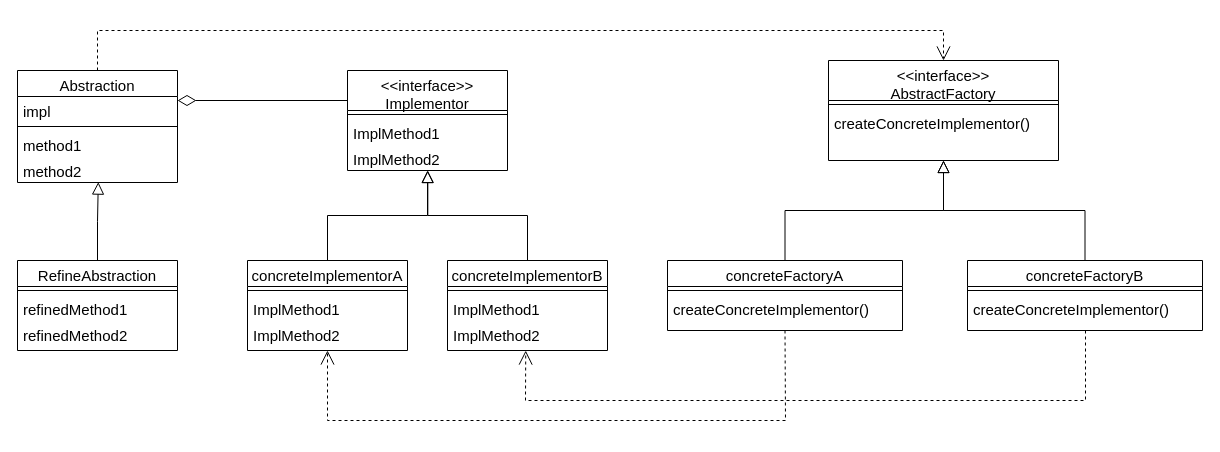
Earlier version of the draw.io diagram aa3차_tactic.drawio (ShineSoYoung/TEST). Source tidied: cells renumbered, new cells numbered last; positions are measured from the earlier drawing's top-left corner, leaving out a move shared by most shapes. Both pictures are drawn from the tidied source at 100%, with x=0, y=0 at pixel (17, 30).
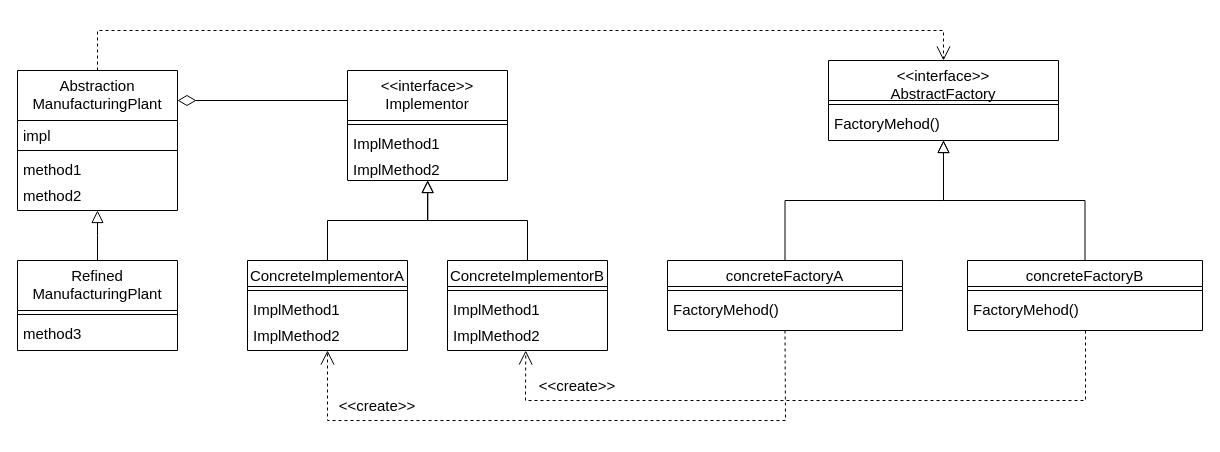
The same page after the edit.

Commit message:
aa3차_tactic.drawio 업데이트

The change refers to these unchanged cells:
```xml
<mxCell id="31" value="concreteFactoryA" style="swimlane;fontStyle=0;align=center;verticalAlign=top;horizontal=1;startSize=26;rounded=0;shadow=0;strokeWidth=1;fontSize=15;" parent="1" vertex="1">
  <mxGeometry x="650" y="230" width="235" height="70" as="geometry" />
</mxCell>
<mxCell id="34" value="concreteFactoryB" style="swimlane;fontStyle=0;align=center;verticalAlign=top;horizontal=1;startSize=26;rounded=0;shadow=0;strokeWidth=1;fontSize=15;" parent="1" vertex="1">
  <mxGeometry x="950" y="230" width="235" height="70" as="geometry" />
</mxCell>
```

Change to the diagram source:
```diff
@@
-    <mxCell id="2" value="Abstraction" style="swimlane;fontStyle=0;align=center;verticalAlign=top;horizontal=1;startSize=26;rounded=0;shadow=0;strokeWidth=1;fontSize=15;" parent="1" vertex="1">
-      <mxGeometry y="40" width="160" height="112" as="geometry" />
+    <mxCell id="2" value="Abstraction&#10;ManufacturingPlant" style="swimlane;fontStyle=0;align=center;verticalAlign=top;horizontal=1;startSize=50;rounded=0;shadow=0;strokeWidth=1;fontSize=15;" parent="1" vertex="1">
+      <mxGeometry y="40" width="160" height="140" as="geometry" />
     </mxCell>
     <mxCell id="3" value="impl" style="text;align=left;verticalAlign=top;spacingLeft=4;spacingRight=4;overflow=hidden;points=[[0,0.5],[1,0.5]];portConstraint=eastwest;fontSize=15;" parent="2" vertex="1">
-      <mxGeometry y="26" width="160" height="26" as="geometry" />
+      <mxGeometry y="50" width="160" height="26" as="geometry" />
     </mxCell>
     <mxCell id="4" style="line;html=1;strokeWidth=1;align=left;verticalAlign=middle;spacingTop=-1;spacingLeft=3;spacingRight=3;labelPosition=right;fontSize=15;" parent="2" vertex="1">
-      <mxGeometry y="52" width="160" height="8" as="geometry" />
+      <mxGeometry y="76" width="160" height="8" as="geometry" />
     </mxCell>
     <mxCell id="5" value="method1" style="text;align=left;verticalAlign=top;spacingLeft=4;spacingRight=4;overflow=hidden;fontSize=15;" parent="2" vertex="1">
-      <mxGeometry y="60" width="160" height="26" as="geometry" />
+      <mxGeometry y="84" width="160" height="26" as="geometry" />
     </mxCell>
     <mxCell id="6" value="method2" style="text;align=left;verticalAlign=top;spacingLeft=4;spacingRight=4;overflow=hidden;points=[[0,0.5],[1,0.5]];portConstraint=eastwest;fontSize=15;" parent="2" vertex="1">
-      <mxGeometry y="86" width="160" height="26" as="geometry" />
+      <mxGeometry y="110" width="160" height="26" as="geometry" />
     </mxCell>
-    <mxCell id="7" value="&lt;&lt;interface&gt;&gt;&#10;Implementor" style="swimlane;fontStyle=0;align=center;verticalAlign=top;horizontal=1;startSize=40;rounded=0;shadow=0;strokeWidth=1;fontSize=15;" parent="1" vertex="1">
-      <mxGeometry x="330" y="40" width="160" height="100" as="geometry" />
+    <mxCell id="7" value="&lt;&lt;interface&gt;&gt;&#10;Implementor" style="swimlane;fontStyle=0;align=center;verticalAlign=top;horizontal=1;startSize=50;rounded=0;shadow=0;strokeWidth=1;fontSize=15;" parent="1" vertex="1">
+      <mxGeometry x="330" y="40" width="160" height="110" as="geometry" />
     </mxCell>
     <mxCell id="8" style="line;html=1;strokeWidth=1;align=left;verticalAlign=middle;spacingTop=-1;spacingLeft=3;spacingRight=3;labelPosition=right;fontSize=15;" parent="7" vertex="1">
-      <mxGeometry y="40" width="160" height="8" as="geometry" />
+      <mxGeometry y="50" width="160" height="8" as="geometry" />
     </mxCell>
     <mxCell id="9" value="ImplMethod1" style="text;align=left;verticalAlign=top;spacingLeft=4;spacingRight=4;overflow=hidden;fontSize=15;" parent="7" vertex="1">
-      <mxGeometry y="48" width="160" height="26" as="geometry" />
+      <mxGeometry y="58" width="160" height="26" as="geometry" />
     </mxCell>
     <mxCell id="10" value="ImplMethod2" style="text;align=left;verticalAlign=top;spacingLeft=4;spacingRight=4;overflow=hidden;points=[[0,0.5],[1,0.5]];portConstraint=eastwest;fontSize=15;" parent="7" vertex="1">
-      <mxGeometry y="74" width="160" height="26" as="geometry" />
+      <mxGeometry y="84" width="160" height="26" as="geometry" />
     </mxCell>
-    <mxCell id="11" value="RefineAbstraction" style="swimlane;fontStyle=0;align=center;verticalAlign=top;horizontal=1;startSize=26;rounded=0;shadow=0;strokeWidth=1;fontSize=15;" parent="1" vertex="1">
+    <mxCell id="11" value="Refined&#10;ManufacturingPlant" style="swimlane;fontStyle=0;align=center;verticalAlign=top;horizontal=1;startSize=50;rounded=0;shadow=0;strokeWidth=1;fontSize=15;" parent="1" vertex="1">
       <mxGeometry y="230" width="160" height="90" as="geometry" />
     </mxCell>
     <mxCell id="12" style="line;html=1;strokeWidth=1;align=left;verticalAlign=middle;spacingTop=-1;spacingLeft=3;spacingRight=3;labelPosition=right;fontSize=15;" parent="11" vertex="1">
-      <mxGeometry y="26" width="160" height="8" as="geometry" />
+      <mxGeometry y="50" width="160" height="8" as="geometry" />
     </mxCell>
-    <mxCell id="13" value="refinedMethod1" style="text;align=left;verticalAlign=top;spacingLeft=4;spacingRight=4;overflow=hidden;fontSize=15;" parent="11" vertex="1">
-      <mxGeometry y="34" width="160" height="26" as="geometry" />
-    </mxCell>
-    <mxCell id="14" value="refinedMethod2" style="text;align=left;verticalAlign=top;spacingLeft=4;spacingRight=4;overflow=hidden;fontSize=15;" parent="11" vertex="1">
-      <mxGeometry y="60" width="160" height="26" as="geometry" />
-    </mxCell>
+    <mxCell id="41" value="method3" style="text;align=left;verticalAlign=top;spacingLeft=4;spacingRight=4;overflow=hidden;fontSize=15;" parent="11" vertex="1">
+      <mxGeometry y="58" width="160" height="26" as="geometry" />
+    </mxCell>
-    <mxCell id="15" value="concreteImplementorA" style="swimlane;fontStyle=0;align=center;verticalAlign=top;horizontal=1;startSize=26;rounded=0;shadow=0;strokeWidth=1;fontSize=15;" parent="1" vertex="1">
+    <mxCell id="15" value="ConcreteImplementorA" style="swimlane;fontStyle=0;align=center;verticalAlign=top;horizontal=1;startSize=26;rounded=0;shadow=0;strokeWidth=1;fontSize=15;" parent="1" vertex="1">
       <mxGeometry x="230" y="230" width="160" height="90" as="geometry" />
     </mxCell>
@@
-    <mxCell id="20" style="endArrow=block;endSize=10;endFill=0;shadow=0;strokeWidth=1;rounded=0;edgeStyle=elbowEdgeStyle;elbow=vertical;entryX=0.505;entryY=0.985;entryDx=0;entryDy=0;exitX=0.5;exitY=0;exitDx=0;exitDy=0;entryPerimeter=0;fontSize=15;" parent="1" edge="1" source="11" target="6">
-      <mxGeometry relative="1" as="geometry" />
+    <mxCell id="20" style="endArrow=block;endSize=10;endFill=0;shadow=0;strokeWidth=1;rounded=0;edgeStyle=elbowEdgeStyle;elbow=vertical;exitX=0.5;exitY=0;exitDx=0;exitDy=0;fontSize=15;" parent="1" edge="1" source="11">
+      <mxGeometry relative="1" as="geometry">
+        <mxPoint x="80" y="180" as="targetPoint" />
+      </mxGeometry>
     </mxCell>
-    <mxCell id="21" style="endArrow=diamondThin;endSize=16;endFill=0;shadow=0;strokeWidth=1;rounded=0;edgeStyle=elbowEdgeStyle;elbow=vertical;exitX=0;exitY=0.25;exitDx=0;exitDy=0;fontSize=15;" parent="1" edge="1" source="7" target="3">
+    <mxCell id="21" style="endArrow=diamondThin;endSize=16;endFill=0;shadow=0;strokeWidth=1;rounded=0;edgeStyle=elbowEdgeStyle;elbow=vertical;exitX=0;exitY=0.25;exitDx=0;exitDy=0;fontSize=15;" parent="1" edge="1" source="7" target="2">
       <mxGeometry relative="1" as="geometry">
         <Array as="points">
           <mxPoint x="180" y="70" />
         </Array>
       </mxGeometry>
     </mxCell>
@@
     <mxCell id="23" value="&lt;&lt;interface&gt;&gt;&#10;AbstractFactory" style="swimlane;fontStyle=0;align=center;verticalAlign=top;horizontal=1;startSize=40;rounded=0;shadow=0;strokeWidth=1;fontSize=15;" parent="1" vertex="1">
-      <mxGeometry x="811" y="30" width="230" height="100" as="geometry" />
+      <mxGeometry x="811" y="30" width="230" height="80" as="geometry" />
     </mxCell>
@@
-    <mxCell id="25" value="createConcreteImplementor()" style="text;align=left;verticalAlign=top;spacingLeft=4;spacingRight=4;overflow=hidden;fontSize=15;" parent="23" vertex="1">
+    <mxCell id="25" value="FactoryMehod()" style="text;align=left;verticalAlign=top;spacingLeft=4;spacingRight=4;overflow=hidden;fontSize=15;" parent="23" vertex="1">
       <mxGeometry y="48" width="230" height="26" as="geometry" />
     </mxCell>
-    <mxCell id="26" value="concreteImplementorB" style="swimlane;fontStyle=0;align=center;verticalAlign=top;horizontal=1;startSize=26;rounded=0;shadow=0;strokeWidth=1;fontSize=15;" parent="1" vertex="1">
+    <mxCell id="26" value="ConcreteImplementorB" style="swimlane;fontStyle=0;align=center;verticalAlign=top;horizontal=1;startSize=26;rounded=0;shadow=0;strokeWidth=1;fontSize=15;" parent="1" vertex="1">
       <mxGeometry x="430" y="230" width="160" height="90" as="geometry" />
     </mxCell>
@@
-    <mxCell id="33" value="createConcreteImplementor()" style="text;align=left;verticalAlign=top;spacingLeft=4;spacingRight=4;overflow=hidden;fontSize=15;" parent="31" vertex="1">
-      <mxGeometry y="34" width="235" height="26" as="geometry" />
-    </mxCell>
+    <mxCell id="42" value="FactoryMehod()" style="text;align=left;verticalAlign=top;spacingLeft=4;spacingRight=4;overflow=hidden;fontSize=15;" parent="31" vertex="1">
+      <mxGeometry y="34" width="235" height="26" as="geometry" />
+    </mxCell>
@@
-    <mxCell id="36" value="createConcreteImplementor()" style="text;align=left;verticalAlign=top;spacingLeft=4;spacingRight=4;overflow=hidden;fontSize=15;" parent="34" vertex="1">
-      <mxGeometry y="34" width="235" height="26" as="geometry" />
-    </mxCell>
+    <mxCell id="43" value="FactoryMehod()" style="text;align=left;verticalAlign=top;spacingLeft=4;spacingRight=4;overflow=hidden;fontSize=15;" parent="34" vertex="1">
+      <mxGeometry y="34" width="235" height="26" as="geometry" />
+    </mxCell>
     <mxCell id="37" style="endArrow=block;endSize=10;endFill=0;shadow=0;strokeWidth=1;rounded=0;edgeStyle=elbowEdgeStyle;elbow=vertical;fontSize=15;exitX=0.5;exitY=0;exitDx=0;exitDy=0;" parent="1" edge="1" source="34">
       <mxGeometry relative="1" as="geometry">
-        <mxPoint x="926" y="130" as="targetPoint" />
+        <mxPoint x="926" y="110" as="targetPoint" />
       </mxGeometry>
     </mxCell>
     <mxCell id="38" style="endArrow=block;endSize=10;endFill=0;shadow=0;strokeWidth=1;rounded=0;edgeStyle=elbowEdgeStyle;elbow=vertical;fontSize=15;exitX=0.5;exitY=0;exitDx=0;exitDy=0;" parent="1" edge="1" source="31">
       <mxGeometry relative="1" as="geometry">
-        <mxPoint x="926" y="130" as="targetPoint" />
+        <mxPoint x="926" y="110" as="targetPoint" />
       </mxGeometry>
     </mxCell>
@@
+    <mxCell id="44" value="&amp;lt;&amp;lt;create&amp;gt;&amp;gt;" style="text;html=1;strokeColor=none;fillColor=none;align=center;verticalAlign=middle;whiteSpace=wrap;rounded=0;fontSize=15;" parent="1" vertex="1">
+      <mxGeometry x="530" y="340" width="60" height="30" as="geometry" />
+    </mxCell>
+    <mxCell id="45" value="&amp;lt;&amp;lt;create&amp;gt;&amp;gt;" style="text;html=1;strokeColor=none;fillColor=none;align=center;verticalAlign=middle;whiteSpace=wrap;rounded=0;fontSize=15;" parent="1" vertex="1">
+      <mxGeometry x="330" y="360" width="60" height="30" as="geometry" />
+    </mxCell>
```
